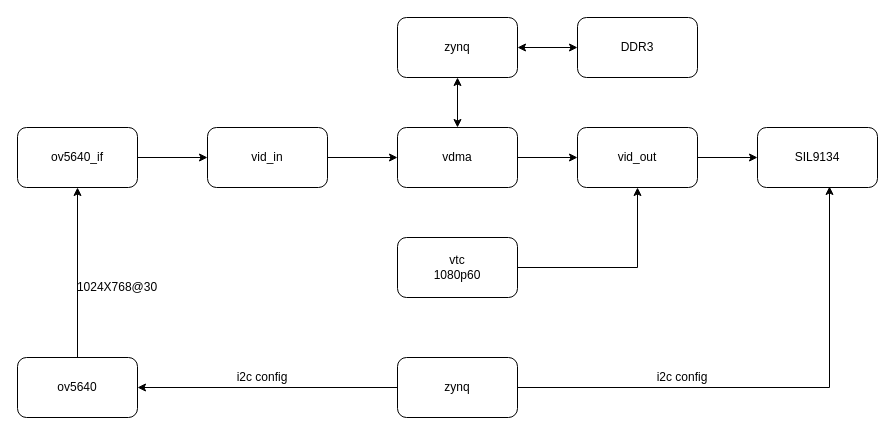
The draw.io diagram doc/ov5640_vdma_hdmi.drawio in yxgi5/play_zynq, before the edit. Source tidied: cells renumbered, new cells numbered last; positions are measured from the earlier drawing's top-left corner, leaving out a move shared by most shapes. Both pictures are drawn from the tidied source at 100%, with x=0, y=0 at pixel (17, 17).
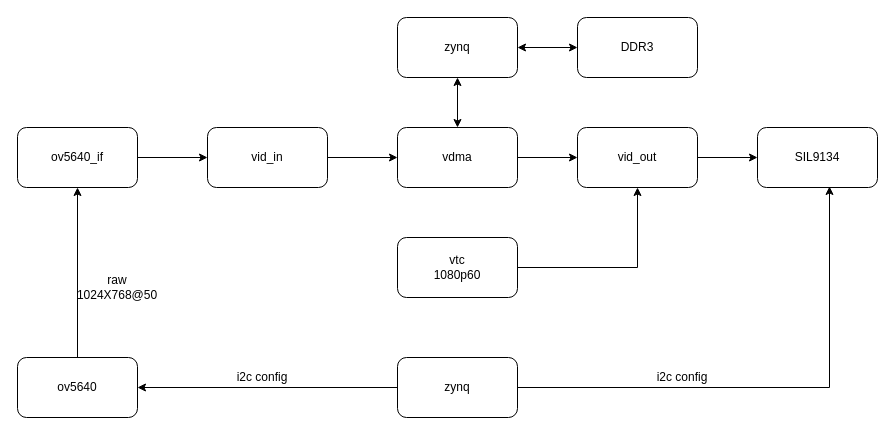
The same diagram, later.

What changed in the source:
```diff
@@
-    <mxCell id="24" value="1024X768@30" style="text;html=1;strokeColor=none;fillColor=none;align=center;verticalAlign=middle;whiteSpace=wrap;rounded=0;" parent="1" vertex="1">
+    <mxCell id="24" value="raw&lt;br&gt;1024X768@50" style="text;html=1;strokeColor=none;fillColor=none;align=center;verticalAlign=middle;whiteSpace=wrap;rounded=0;" parent="1" vertex="1">
       <mxGeometry x="80" y="260" width="40" height="20" as="geometry" />
     </mxCell>
```
